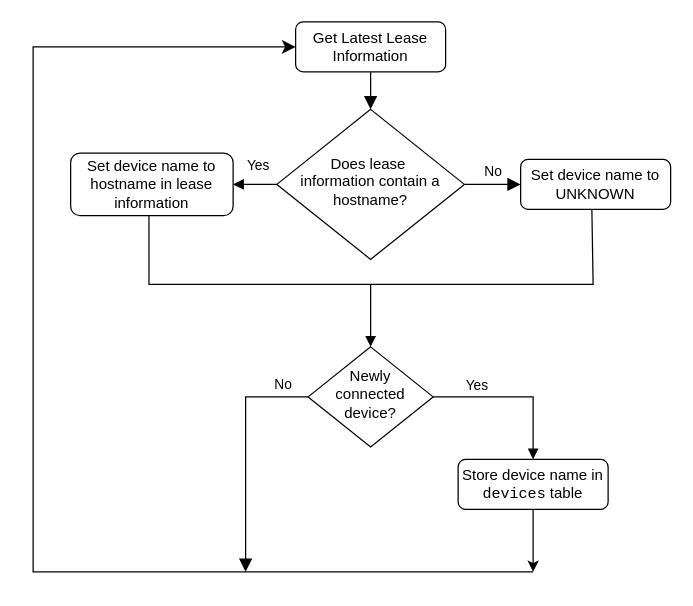
Earlier version of the draw.io diagram Untitled Diagram.drawio (smalih/iot_monitor). Source tidied: cells renumbered, new cells numbered last; positions are measured from the earlier drawing's top-left corner, leaving out a move shared by most shapes. Both pictures are drawn from the tidied source at 125%, with x=0, y=0 at pixel (32, 21).
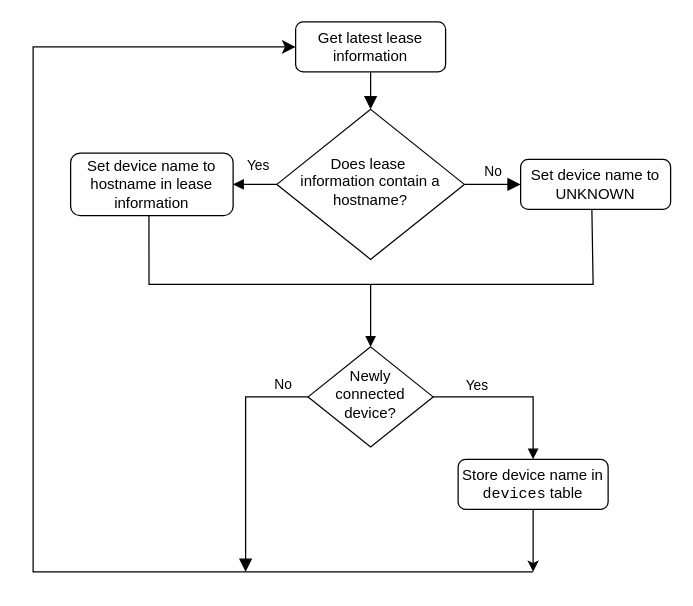
The same page after the edit.

The edit, as a diff of the source:
```diff
@@
-    <mxCell id="3" value="Get Latest Lease Information" style="rounded=1;whiteSpace=wrap;html=1;fontSize=12;glass=0;strokeWidth=1;shadow=0;" parent="1" vertex="1">
+    <mxCell id="3" value="Get latest lease information" style="rounded=1;whiteSpace=wrap;html=1;fontSize=12;glass=0;strokeWidth=1;shadow=0;" parent="1" vertex="1">
       <mxGeometry x="210" width="120" height="40" as="geometry" />
     </mxCell>
```
